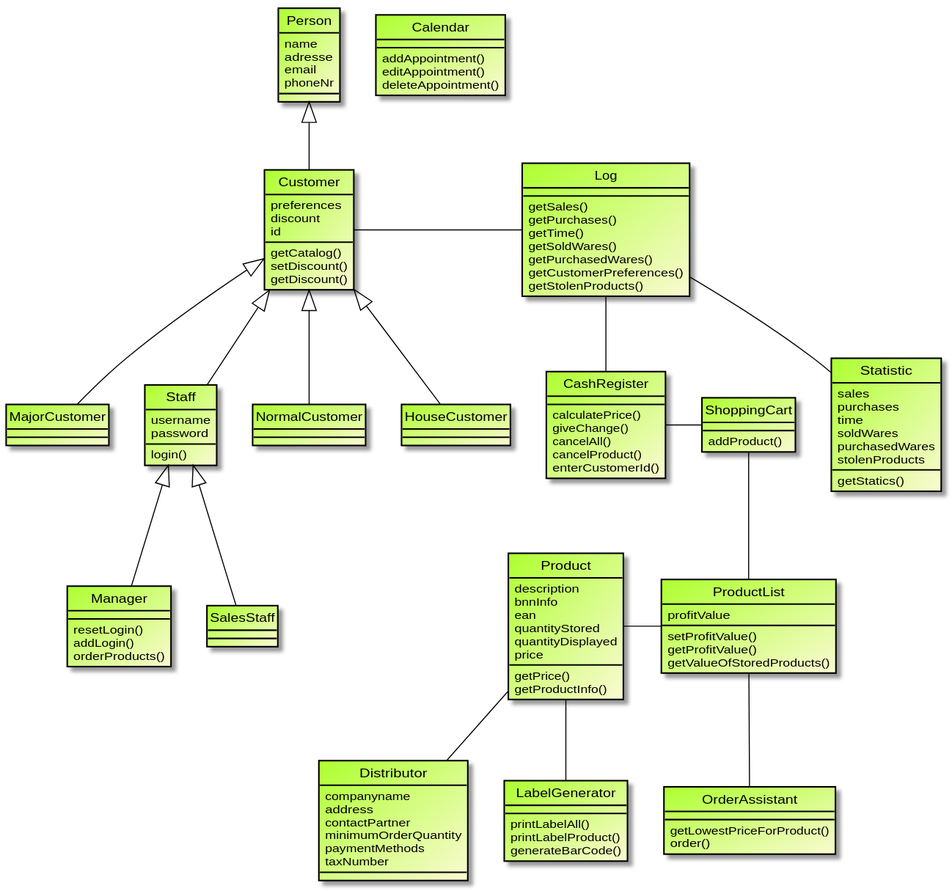
This is src/main/asciidoc/models/analysis/ClassAnalysisDiagram.svg from LimitlessGreen/swt18w43, a PlantUML export, as it was before one commit. Source of this version:
```plantuml
@startuml
hide circle

skinparam class {
	BackgroundColor #GreenYellow/LightGoldenRodYellow
    BorderColor Black
    ArrowColor  Black
}


class Person{
    name
    adresse
    email
    phoneNr
}

class Staff{
    username
    password

    login()
}

class Distributor{
    companyname
    address
    contactPartner
    minimumOrderQuantity
    paymentMethods
    taxNumber
}

class Customer{
    preferences
    discount
    id
    getCatalog()
    setDiscount()
    getDiscount()
}

class Manager{
    resetLogin()
    addLogin()
    orderProducts()
}


Customer ^-- Staff
Person ^-- Customer


Staff ^-- Manager
Staff ^-- SalesStaff

Customer ^-- NormalCustomer
Customer ^-- HouseCustomer
Customer ^-- MajorCustomer


class Product{
    description
    bnnInfo
    ean
    quantityStored
    quantityDisplayed
    price

    getPrice()
    getProductInfo()

}

class ProductList{
    profitValue

    setProfitValue()
    getProfitValue()
    getValueOfStoredProducts()
}


ProductList -left- Product

class CashRegister{
    calculatePrice()
    giveChange()
    cancelAll()
    cancelProduct()
    enterCustomerId()

}

Log -- CashRegister
Log -left- Customer

class ShoppingCart{
    addProduct()
}

CashRegister -right- ShoppingCart
ShoppingCart -- ProductList

class Calendar{
    addAppointment()
    editAppointment()
    deleteAppointment()
}

class OrderAssistant{
    getLowestPriceForProduct()
    order()
}

class LabelGenerator{
    printLabelAll()
    printLabelProduct()
    generateBarCode()
}

Product -- LabelGenerator

class Statistic{
    sales
    purchases
    time
    soldWares
    purchasedWares
    stolenProducts

    getStatics()
}

class Log{
    getSales()
    getPurchases()
    getTime()
    getSoldWares()
    getPurchasedWares()
    getCustomerPreferences()
    getStolenProducts()
}

Log -- Statistic

Product -- Distributor
ProductList -- OrderAssistant

@enduml
```
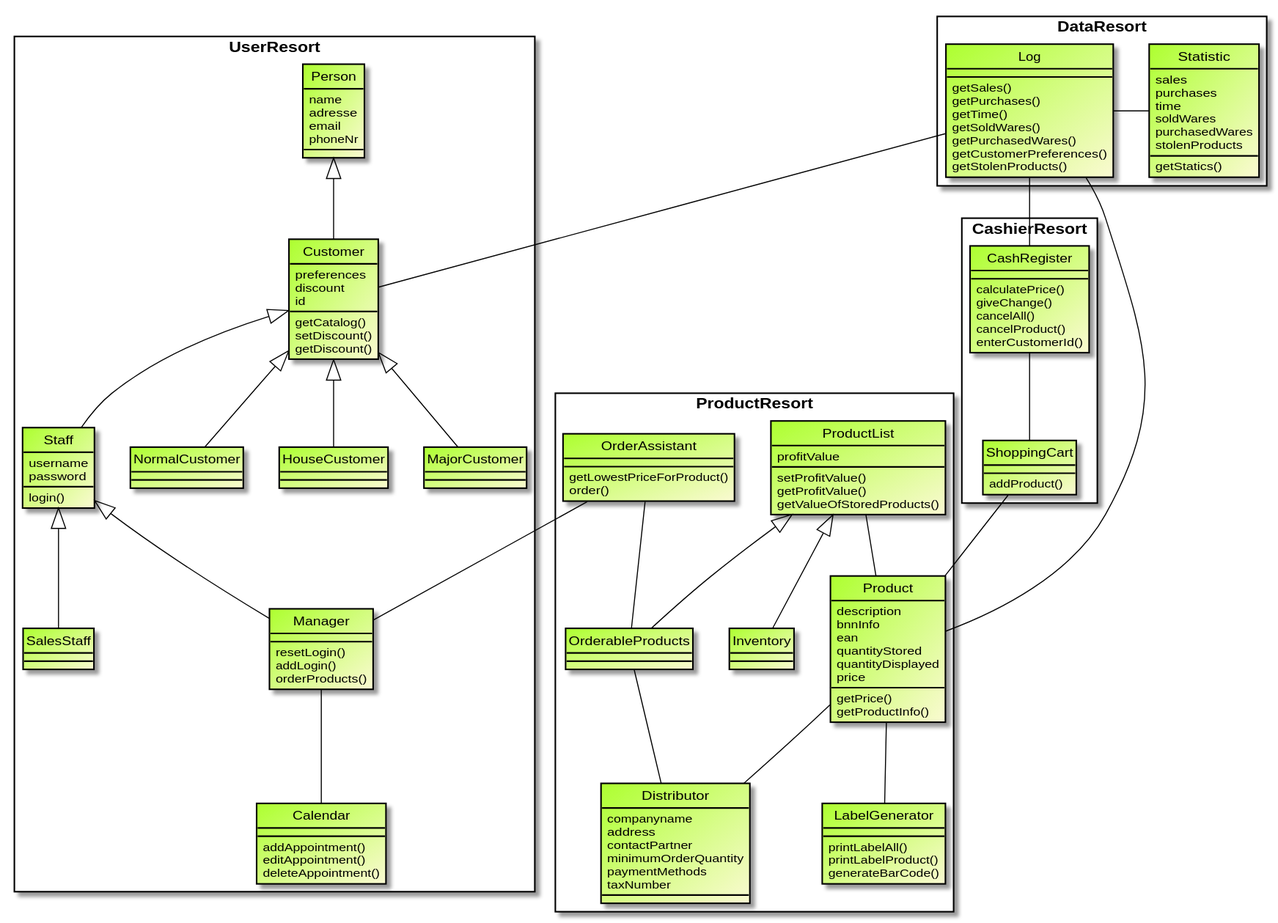
Above is the later version.

Commit message:
[improved] ClassAnalysisDiagram

divided into resorts

What changed in the source:
```diff
@@ -7,6 +7,7 @@
     ArrowColor  Black
 }
 
+rectangle UserResort {
 
 class Person{
     name
@@ -15,21 +16,6 @@
     phoneNr
 }
 
-class Staff{
-    username
-    password
-
-    login()
-}
-
-class Distributor{
-    companyname
-    address
-    contactPartner
-    minimumOrderQuantity
-    paymentMethods
-    taxNumber
-}
 
 class Customer{
     preferences
@@ -47,7 +33,6 @@
 }
 
 
-Customer ^-- Staff
 Person ^-- Customer
 
 
@@ -57,50 +42,27 @@
 Customer ^-- NormalCustomer
 Customer ^-- HouseCustomer
 Customer ^-- MajorCustomer
+Customer ^-- Staff
 
 
-class Product{
-    description
-    bnnInfo
-    ean
-    quantityStored
-    quantityDisplayed
-    price
+class Staff{
+    username
+    password
 
-    getPrice()
-    getProductInfo()
+    login()
+}
+
+Manager -- Calendar
 
 }
 
-class ProductList{
-    profitValue
-
-    setProfitValue()
-    getProfitValue()
-    getValueOfStoredProducts()
-}
 
 
-ProductList -left- Product
 
-class CashRegister{
-    calculatePrice()
-    giveChange()
-    cancelAll()
-    cancelProduct()
-    enterCustomerId()
 
-}
 
-Log -- CashRegister
-Log -left- Customer
 
-class ShoppingCart{
-    addProduct()
-}
 
-CashRegister -right- ShoppingCart
-ShoppingCart -- ProductList
 
 class Calendar{
     addAppointment()
@@ -108,43 +70,129 @@
     deleteAppointment()
 }
 
-class OrderAssistant{
-    getLowestPriceForProduct()
-    order()
+
+
+
+
+
+
+rectangle ProductResort{
+    class Product{
+        description
+        bnnInfo
+        ean
+        quantityStored
+        quantityDisplayed
+        price
+
+        getPrice()
+        getProductInfo()
+
+    }
+
+    class ProductList{
+        profitValue
+
+        setProfitValue()
+        getProfitValue()
+        getValueOfStoredProducts()
+    }
+
+    class Inventory {
+
+    }
+
+    class OrderableProducts{
+
+    }
+
+    class LabelGenerator{
+        printLabelAll()
+        printLabelProduct()
+        generateBarCode()
+    }
+
+    class Distributor{
+        companyname
+        address
+        contactPartner
+        minimumOrderQuantity
+        paymentMethods
+        taxNumber
+    }
+
+    OrderableProducts -- Distributor
+
+    class OrderAssistant{
+        getLowestPriceForProduct()
+        order()
+    }
+
+    OrderAssistant -- Manager
+    OrderAssistant -- OrderableProducts
+
+
+    ProductList -- Product
+    Product -- LabelGenerator
+    ProductList ^-- OrderableProducts
+    ProductList ^-- Inventory
+    Product -- Distributor
+
+
 }
 
-class LabelGenerator{
-    printLabelAll()
-    printLabelProduct()
-    generateBarCode()
+rectangle DataResort {
+
+    class Statistic{
+        sales
+        purchases
+        time
+        soldWares
+        purchasedWares
+        stolenProducts
+
+        getStatics()
+    }
+
+    class Log{
+        getSales()
+        getPurchases()
+        getTime()
+        getSoldWares()
+        getPurchasedWares()
+        getCustomerPreferences()
+        getStolenProducts()
+    }
+
+    Log -right- Statistic
+
+
+    Log -right- Customer
+
+    Log -- Product
+
 }
 
-Product -- LabelGenerator
+rectangle CashierResort {
+    class CashRegister{
+        calculatePrice()
+        giveChange()
+        cancelAll()
+        cancelProduct()
+        enterCustomerId()
 
-class Statistic{
-    sales
-    purchases
-    time
-    soldWares
-    purchasedWares
-    stolenProducts
+    }
 
-    getStatics()
+
+
+    class ShoppingCart{
+        addProduct()
+    }
+    Log -- CashRegister
+
+    CashRegister -down- ShoppingCart
+    ShoppingCart -- Product
+
+
 }
-
-class Log{
-    getSales()
-    getPurchases()
-    getTime()
-    getSoldWares()
-    getPurchasedWares()
-    getCustomerPreferences()
-    getStolenProducts()
-}
-
-Log -- Statistic
-
-Product -- Distributor
-ProductList -- OrderAssistant
-
 @enduml
```
